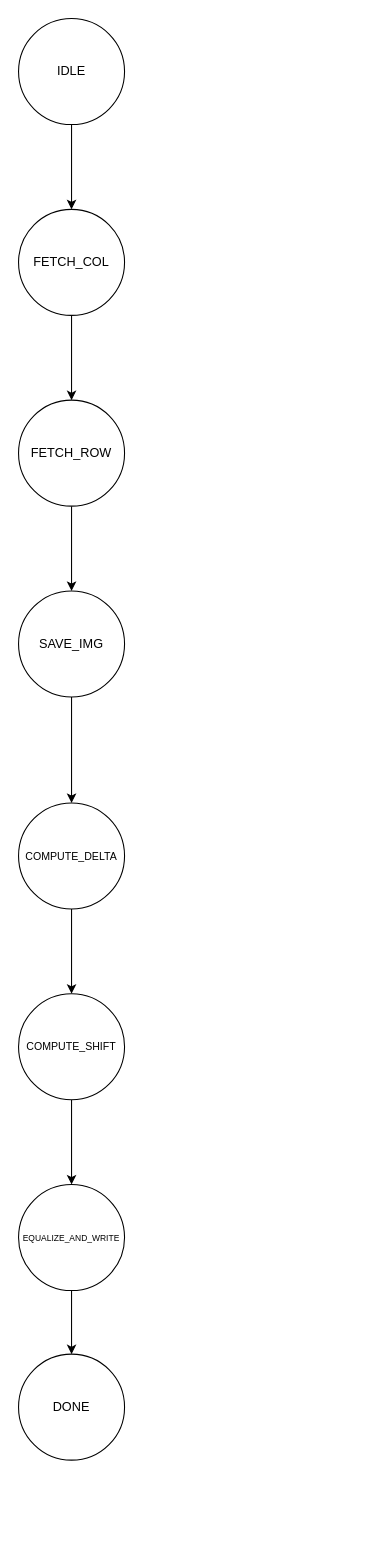
Above: doc/state_machine.drawio in AlbertoPirillo/logic-networks-project-2020 (draw.io), before the change. Source tidied: cells renumbered, new cells numbered last; positions are measured from the earlier drawing's top-left corner, leaving out a move shared by most shapes. Both pictures are drawn from the tidied source at 106%, with x=0, y=0 at pixel (18, 18).
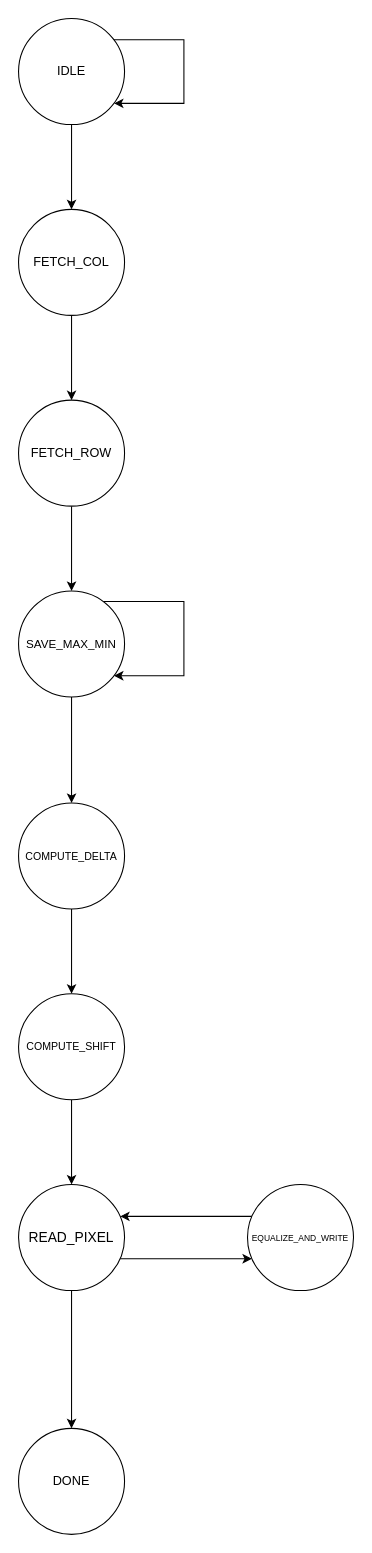
The same page after the edit.

Unchanged cells that the change refers to:
```xml
<mxCell id="3" value="IDLE&lt;br&gt;" style="ellipse;whiteSpace=wrap;html=1;fixDash=0;" parent="1" vertex="1">
  <mxGeometry width="100" height="100" as="geometry" />
</mxCell>
```

What changed in the source:
```diff
@@
     <mxCell id="8" value="DONE" style="ellipse;whiteSpace=wrap;html=1;fixDash=0;" parent="1" vertex="1">
-      <mxGeometry y="1260" width="100" height="100" as="geometry" />
+      <mxGeometry y="1330" width="100" height="100" as="geometry" />
     </mxCell>
@@
-    <mxCell id="10" value="SAVE_IMG" style="ellipse;whiteSpace=wrap;html=1;fixDash=0;" parent="1" vertex="1">
+    <mxCell id="10" value="&lt;font style=&quot;font-size: 11px&quot;&gt;SAVE_MAX_MIN&lt;/font&gt;" style="ellipse;whiteSpace=wrap;html=1;fixDash=0;" parent="1" vertex="1">
       <mxGeometry y="540" width="100" height="100" as="geometry" />
     </mxCell>
@@
     <mxCell id="15" style="edgeStyle=orthogonalEdgeStyle;rounded=0;jettySize=auto;html=1;" parent="1" edge="1" source="16" target="8">
-      <mxGeometry relative="1" as="geometry" />
+      <mxGeometry relative="1" as="geometry">
+        <Array as="points">
+          <mxPoint x="50" y="1270" />
+          <mxPoint x="50" y="1270" />
+        </Array>
+      </mxGeometry>
     </mxCell>
+    <mxCell id="17" style="edgeStyle=orthogonalEdgeStyle;rounded=0;jettySize=auto;html=1;" parent="1" edge="1" source="16" target="21">
+      <mxGeometry relative="1" as="geometry">
+        <Array as="points">
+          <mxPoint x="166" y="1170" />
+          <mxPoint x="166" y="1170" />
+        </Array>
+      </mxGeometry>
+    </mxCell>
-    <mxCell id="16" value="&lt;font style=&quot;font-size: 8px&quot;&gt;EQUALIZE_AND_WRITE&lt;/font&gt;" style="ellipse;whiteSpace=wrap;html=1;fixDash=0;" parent="1" vertex="1">
+    <mxCell id="16" value="&lt;font style=&quot;font-size: 13px&quot;&gt;READ_PIXEL&lt;/font&gt;" style="ellipse;whiteSpace=wrap;html=1;fixDash=0;" parent="1" vertex="1">
       <mxGeometry y="1100" width="100" height="100" as="geometry" />
     </mxCell>
+    <mxCell id="18" style="edgeStyle=orthogonalEdgeStyle;rounded=0;orthogonalLoop=1;jettySize=auto;html=1;" parent="1" edge="1" source="10" target="10">
+      <mxGeometry relative="1" as="geometry">
+        <Array as="points">
+          <mxPoint x="156" y="550" />
+          <mxPoint x="156" y="620" />
+        </Array>
+      </mxGeometry>
+    </mxCell>
+    <mxCell id="19" style="edgeStyle=orthogonalEdgeStyle;rounded=0;orthogonalLoop=1;jettySize=auto;html=1;" parent="1" edge="1" source="3" target="3">
+      <mxGeometry relative="1" as="geometry">
+        <Array as="points">
+          <mxPoint x="156" y="20" />
+          <mxPoint x="156" y="80" />
+        </Array>
+      </mxGeometry>
+    </mxCell>
+    <mxCell id="20" style="edgeStyle=orthogonalEdgeStyle;rounded=0;jettySize=auto;html=1;" parent="1" edge="1" source="21" target="16">
+      <mxGeometry relative="1" as="geometry">
+        <Array as="points">
+          <mxPoint x="186" y="1130" />
+          <mxPoint x="186" y="1130" />
+        </Array>
+      </mxGeometry>
+    </mxCell>
+    <mxCell id="21" value="&lt;font style=&quot;font-size: 8px&quot;&gt;EQUALIZE_AND_WRITE&lt;/font&gt;" style="ellipse;whiteSpace=wrap;html=1;fixDash=0;" parent="1" vertex="1">
+      <mxGeometry x="216" y="1100" width="100" height="100" as="geometry" />
+    </mxCell>
```
